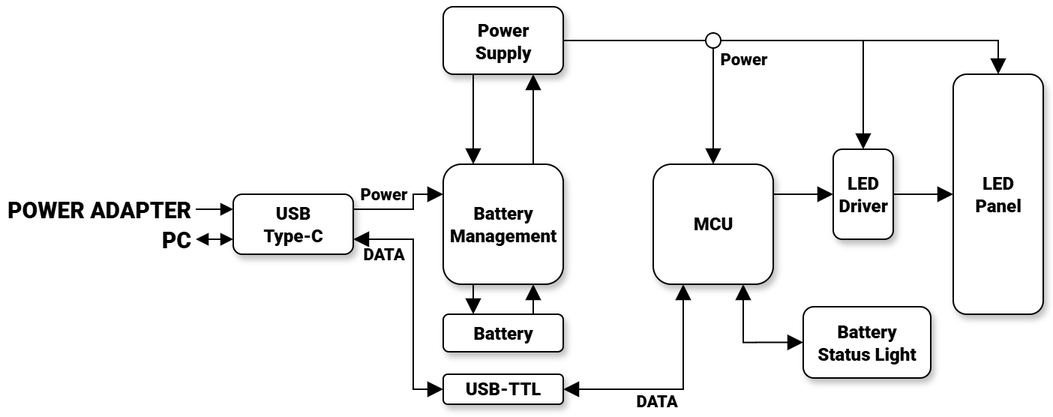
This is 1_Design_Documents/Hardware Block Diagram.png from CuculusBand/Light-Box, a draw.io export, as it was before one commit. Source tidied: cells renumbered, new cells last; positions are measured from the earlier drawing's top-left corner, leaving out a move shared by most shapes.
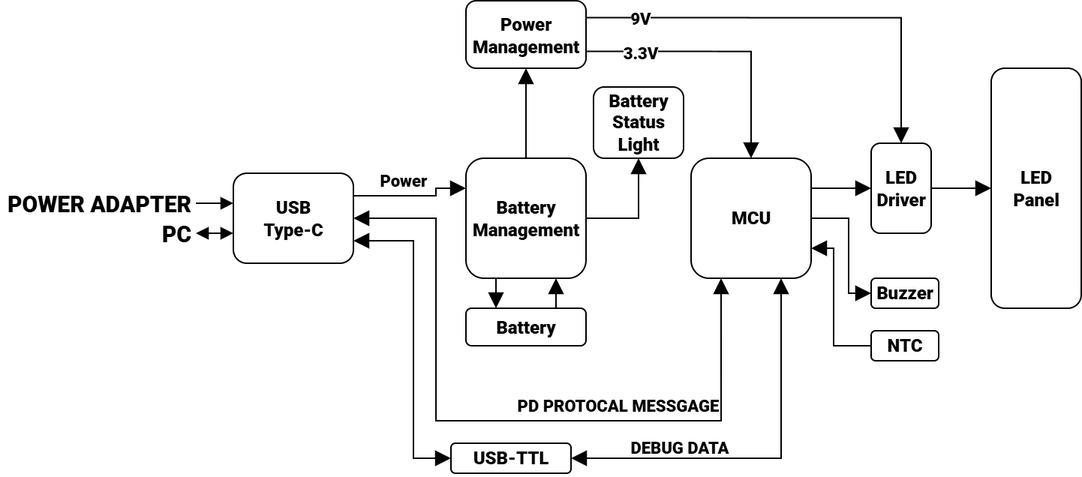
After the change.

Commit message:
Update hardware block diagram

What changed in the source:
```diff
@@ -5,14 +5,14 @@
     <mxCell id="2" style="rounded=0;html=1;jettySize=auto;fontSize=11;endArrow=block;endFill=1;endSize=8;strokeWidth=1;shadow=0;labelBackgroundColor=none;edgeStyle=orthogonalEdgeStyle;entryX=0;entryY=0.25;entryDx=0;entryDy=0;fontFamily=robot mono;strokeColor=default;align=center;verticalAlign=middle;fontColor=default;startArrow=none;startFill=0;exitX=1;exitY=0.25;exitDx=0;exitDy=0;" parent="1" edge="1" source="7" target="12">
       <mxGeometry relative="1" as="geometry">
         <Array as="points">
-          <mxPoint x="145" y="135" />
-          <mxPoint x="145" y="125" />
+          <mxPoint x="160" y="130" />
+          <mxPoint x="160" y="125" />
         </Array>
       </mxGeometry>
     </mxCell>
     <mxCell id="3" value="&lt;span style=&quot;font-family: &amp;quot;Roboto Black&amp;quot;;&quot;&gt;Power&lt;/span&gt;" style="edgeLabel;html=1;align=center;verticalAlign=middle;fontFamily=robot mono;fontSize=11;fontColor=default;labelBackgroundColor=none;" parent="2" vertex="1">
       <mxGeometry x="-0.18" y="-1" relative="1" as="geometry">
-        <mxPoint x="-9" y="-11" as="offset" />
+        <mxPoint y="-11" as="offset" />
       </mxGeometry>
     </mxCell>
     <mxCell id="4" style="edgeStyle=orthogonalEdgeStyle;shape=connector;rounded=0;orthogonalLoop=1;jettySize=auto;html=1;exitX=0;exitY=0.5;exitDx=0;exitDy=0;shadow=0;strokeColor=default;strokeWidth=1;align=center;verticalAlign=middle;fontFamily=robot mono;fontSize=11;fontColor=default;labelBackgroundColor=none;startArrow=block;startFill=1;endArrow=none;endFill=0;endSize=8;" parent="1" edge="1">
@@ -33,91 +33,109 @@
     <mxCell id="6" style="edgeStyle=orthogonalEdgeStyle;shape=connector;rounded=0;jettySize=auto;html=1;exitX=1;exitY=0.75;exitDx=0;exitDy=0;entryX=0;entryY=0.5;entryDx=0;entryDy=0;shadow=0;strokeColor=default;strokeWidth=1;align=center;verticalAlign=middle;fontFamily=robot mono;fontSize=11;fontColor=default;labelBackgroundColor=none;startArrow=block;startFill=1;endArrow=block;endFill=1;endSize=8;startSize=8;" parent="1" edge="1" source="7" target="24">
       <mxGeometry relative="1" as="geometry">
         <Array as="points">
-          <mxPoint x="145" y="155" />
-          <mxPoint x="145" y="255" />
+          <mxPoint x="145" y="160" />
+          <mxPoint x="145" y="305" />
         </Array>
       </mxGeometry>
     </mxCell>
-    <mxCell id="7" value="USB&lt;div&gt;Type-C&lt;/div&gt;" style="rounded=1;whiteSpace=wrap;html=1;fontSize=12;glass=0;strokeWidth=1;shadow=1;fontFamily=Roboto Black;textShadow=0;" parent="1" vertex="1">
-      <mxGeometry x="25" y="125" width="80" height="40" as="geometry" />
+    <mxCell id="7" value="USB&lt;div&gt;Type-C&lt;/div&gt;" style="rounded=1;whiteSpace=wrap;html=1;fontSize=12;glass=0;strokeWidth=1;shadow=0;fontFamily=Roboto Black;textShadow=0;" parent="1" vertex="1">
+      <mxGeometry x="25" y="115" width="80" height="60" as="geometry" />
     </mxCell>
     <mxCell id="8" style="edgeStyle=orthogonalEdgeStyle;shape=connector;rounded=0;jettySize=auto;html=1;exitX=1;exitY=0.25;exitDx=0;exitDy=0;entryX=0;entryY=0.5;entryDx=0;entryDy=0;shadow=0;strokeColor=default;strokeWidth=1;align=center;verticalAlign=middle;fontFamily=robot mono;fontSize=11;fontColor=default;labelBackgroundColor=none;startArrow=none;startFill=0;endArrow=block;endFill=1;endSize=8;" parent="1" edge="1" source="9" target="20">
       <mxGeometry relative="1" as="geometry" />
     </mxCell>
+    <mxCell id="34" style="edgeStyle=orthogonalEdgeStyle;rounded=0;jettySize=auto;html=1;exitX=0.25;exitY=1;exitDx=0;exitDy=0;entryX=1;entryY=0.5;entryDx=0;entryDy=0;shadow=0;strokeColor=default;strokeWidth=1;align=center;verticalAlign=middle;fontFamily=robot mono;fontSize=11;fontColor=default;labelBackgroundColor=none;startArrow=block;startFill=1;startSize=8;endArrow=block;endFill=1;endSize=8;" parent="1" edge="1" source="9" target="7">
+      <mxGeometry relative="1" as="geometry">
+        <Array as="points">
+          <mxPoint x="350" y="280" />
+          <mxPoint x="160" y="280" />
+          <mxPoint x="160" y="145" />
+        </Array>
+      </mxGeometry>
+    </mxCell>
+    <mxCell id="35" value="&lt;font face=&quot;Roboto Black&quot;&gt;PD PROTOCAL&amp;nbsp;MESSGAGE&lt;/font&gt;" style="edgeLabel;html=1;align=center;verticalAlign=middle;fontFamily=robot mono;fontSize=11;fontColor=default;labelBackgroundColor=none;fillColor=none;gradientColor=none;" parent="34" vertex="1">
+      <mxGeometry x="-0.45" y="1" relative="1" as="geometry">
+        <mxPoint x="-35" y="-11" as="offset" />
+      </mxGeometry>
+    </mxCell>
+    <mxCell id="36" style="edgeStyle=orthogonalEdgeStyle;rounded=0;jettySize=auto;html=1;exitX=1;exitY=0.5;exitDx=0;exitDy=0;entryX=0;entryY=0.5;entryDx=0;entryDy=0;shadow=0;strokeColor=default;strokeWidth=1;align=center;verticalAlign=middle;fontFamily=robot mono;fontSize=11;fontColor=default;labelBackgroundColor=none;startArrow=none;startFill=0;endArrow=block;endFill=1;endSize=8;" parent="1" edge="1" source="9" target="40">
+      <mxGeometry relative="1" as="geometry">
+        <Array as="points">
+          <mxPoint x="435" y="145" />
+          <mxPoint x="435" y="195" />
+        </Array>
+      </mxGeometry>
+    </mxCell>
+    <mxCell id="37" style="edgeStyle=orthogonalEdgeStyle;rounded=0;jettySize=auto;html=1;exitX=1;exitY=0.75;exitDx=0;exitDy=0;entryX=0;entryY=0.5;entryDx=0;entryDy=0;shadow=0;strokeColor=default;strokeWidth=1;align=center;verticalAlign=middle;fontFamily=robot mono;fontSize=11;fontColor=default;labelBackgroundColor=none;startArrow=block;startFill=1;endArrow=none;endFill=0;endSize=8;startSize=8;" parent="1" edge="1" source="9" target="41">
+      <mxGeometry relative="1" as="geometry">
+        <Array as="points">
+          <mxPoint x="425" y="165" />
+          <mxPoint x="425" y="230" />
+        </Array>
+      </mxGeometry>
+    </mxCell>
-    <mxCell id="9" value="&lt;font&gt;MCU&lt;/font&gt;" style="rounded=1;whiteSpace=wrap;html=1;fontSize=12;glass=0;strokeWidth=1;shadow=1;fontFamily=Roboto Black;textShadow=0;" parent="1" vertex="1">
-      <mxGeometry x="305" y="105" width="80" height="80" as="geometry" />
+    <mxCell id="9" value="&lt;font&gt;MCU&lt;/font&gt;" style="rounded=1;whiteSpace=wrap;html=1;fontSize=12;glass=0;strokeWidth=1;shadow=0;fontFamily=Roboto Black;textShadow=0;" parent="1" vertex="1">
+      <mxGeometry x="330" y="105" width="80" height="80" as="geometry" />
     </mxCell>
-    <mxCell id="10" style="edgeStyle=orthogonalEdgeStyle;rounded=0;jettySize=auto;html=1;exitX=0.75;exitY=0;exitDx=0;exitDy=0;entryX=0.75;entryY=1;entryDx=0;entryDy=0;shadow=0;strokeColor=default;strokeWidth=1;align=center;verticalAlign=middle;fontFamily=robot mono;fontSize=11;fontColor=default;labelBackgroundColor=none;endArrow=block;endFill=1;endSize=8;startArrow=none;startFill=0;" parent="1" edge="1" source="12" target="18">
+    <mxCell id="10" style="edgeStyle=orthogonalEdgeStyle;rounded=0;jettySize=auto;html=1;exitX=0.5;exitY=0;exitDx=0;exitDy=0;entryX=0.5;entryY=1;entryDx=0;entryDy=0;shadow=0;strokeColor=default;strokeWidth=1;align=center;verticalAlign=middle;fontFamily=robot mono;fontSize=11;fontColor=default;labelBackgroundColor=none;endArrow=block;endFill=1;endSize=8;startArrow=none;startFill=0;" parent="1" edge="1" source="12" target="18">
       <mxGeometry relative="1" as="geometry" />
     </mxCell>
     <mxCell id="11" style="edgeStyle=orthogonalEdgeStyle;rounded=0;jettySize=auto;html=1;exitX=0.25;exitY=1;exitDx=0;exitDy=0;entryX=0.25;entryY=0;entryDx=0;entryDy=0;shadow=0;strokeColor=default;strokeWidth=1;align=center;verticalAlign=middle;fontFamily=robot mono;fontSize=11;fontColor=default;labelBackgroundColor=none;startArrow=none;startFill=0;endArrow=block;endFill=1;endSize=8;" parent="1" edge="1" source="12" target="22">
       <mxGeometry relative="1" as="geometry" />
     </mxCell>
-    <mxCell id="12" value="Battery&lt;div&gt;Management&lt;/div&gt;" style="rounded=1;whiteSpace=wrap;html=1;fontSize=12;glass=0;strokeWidth=1;shadow=1;fontFamily=Roboto Black;textShadow=0;" parent="1" vertex="1">
-      <mxGeometry x="165" y="105" width="80" height="80" as="geometry" />
+    <mxCell id="12" value="Battery&lt;div&gt;Management&lt;/div&gt;" style="rounded=1;whiteSpace=wrap;html=1;fontSize=12;glass=0;strokeWidth=1;shadow=0;fontFamily=Roboto Black;textShadow=0;" parent="1" vertex="1">
+      <mxGeometry x="180" y="105" width="80" height="80" as="geometry" />
     </mxCell>
-    <mxCell id="13" style="edgeStyle=orthogonalEdgeStyle;rounded=0;jettySize=auto;html=1;exitX=0.25;exitY=1;exitDx=0;exitDy=0;entryX=0.25;entryY=0;entryDx=0;entryDy=0;shadow=0;strokeColor=default;strokeWidth=1;align=center;verticalAlign=middle;fontFamily=robot mono;fontSize=11;fontColor=default;labelBackgroundColor=none;endArrow=block;endFill=1;endSize=8;startArrow=none;startFill=0;" parent="1" edge="1" source="18" target="12">
-      <mxGeometry relative="1" as="geometry" />
-    </mxCell>
-    <mxCell id="14" style="edgeStyle=orthogonalEdgeStyle;shape=connector;rounded=0;jettySize=auto;html=1;exitX=0.5;exitY=1;exitDx=0;exitDy=0;entryX=0.5;entryY=0;entryDx=0;entryDy=0;shadow=0;strokeColor=default;strokeWidth=1;align=center;verticalAlign=middle;fontFamily=robot mono;fontSize=11;fontColor=default;labelBackgroundColor=none;startArrow=none;startFill=0;endArrow=block;endFill=1;endSize=8;" parent="1" edge="1" source="28" target="9">
+    <mxCell id="14" style="edgeStyle=orthogonalEdgeStyle;shape=connector;rounded=0;jettySize=auto;html=1;exitX=1;exitY=0.75;exitDx=0;exitDy=0;entryX=0.5;entryY=0;entryDx=0;entryDy=0;shadow=0;strokeColor=default;strokeWidth=1;align=center;verticalAlign=middle;fontFamily=robot mono;fontSize=11;fontColor=default;labelBackgroundColor=none;startArrow=none;startFill=0;endArrow=block;endFill=1;endSize=8;" parent="1" edge="1" source="18" target="9">
       <mxGeometry relative="1" as="geometry" />
     </mxCell>
-    <mxCell id="15" value="&lt;font face=&quot;Roboto Black&quot;&gt;Power&lt;/font&gt;" style="edgeLabel;html=1;align=center;verticalAlign=middle;fontFamily=robot mono;fontSize=11;fontColor=default;labelBackgroundColor=none;" parent="14" vertex="1">
-      <mxGeometry x="-0.17" y="2" relative="1" as="geometry">
-        <mxPoint x="18" y="-25" as="offset" />
-      </mxGeometry>
-    </mxCell>
-    <mxCell id="16" style="edgeStyle=orthogonalEdgeStyle;shape=connector;rounded=0;jettySize=auto;html=1;exitX=1;exitY=0.5;exitDx=0;exitDy=0;entryX=0.5;entryY=0;entryDx=0;entryDy=0;shadow=0;strokeColor=default;strokeWidth=1;align=center;verticalAlign=middle;fontFamily=robot mono;fontSize=11;fontColor=default;labelBackgroundColor=none;startArrow=none;startFill=0;endArrow=block;endFill=1;endSize=8;" parent="1" edge="1" source="28" target="26">
-      <mxGeometry relative="1" as="geometry" />
-    </mxCell>
-    <mxCell id="17" style="edgeStyle=orthogonalEdgeStyle;rounded=0;jettySize=auto;html=1;exitX=1;exitY=0.5;exitDx=0;exitDy=0;entryX=0;entryY=0.5;entryDx=0;entryDy=0;endArrow=none;endFill=0;" parent="1" edge="1" source="18" target="28">
-      <mxGeometry relative="1" as="geometry" />
-    </mxCell>
+    <mxCell id="38" value="&lt;font face=&quot;Roboto Black&quot;&gt;3.3V&lt;/font&gt;" style="edgeLabel;html=1;align=center;verticalAlign=middle;" parent="14" vertex="1">
+      <mxGeometry x="-0.69" y="-1" relative="1" as="geometry">
+        <mxPoint x="7" as="offset" />
+      </mxGeometry>
+    </mxCell>
-    <mxCell id="18" value="&lt;div&gt;&lt;font&gt;Power&lt;/font&gt;&lt;/div&gt;&lt;div&gt;&lt;font&gt;Supply&lt;/font&gt;&lt;/div&gt;" style="rounded=1;whiteSpace=wrap;html=1;fontSize=12;glass=0;strokeWidth=1;shadow=1;fontFamily=Roboto Black;textShadow=0;" parent="1" vertex="1">
-      <mxGeometry x="165" width="80" height="45" as="geometry" />
+    <mxCell id="18" value="&lt;div&gt;&lt;font&gt;Power&lt;/font&gt;&lt;/div&gt;&lt;div&gt;Management&lt;/div&gt;" style="rounded=1;whiteSpace=wrap;html=1;fontSize=12;glass=0;strokeWidth=1;shadow=0;fontFamily=Roboto Black;textShadow=0;" parent="1" vertex="1">
+      <mxGeometry x="180" width="80" height="45" as="geometry" />
     </mxCell>
     <mxCell id="19" style="edgeStyle=orthogonalEdgeStyle;shape=connector;rounded=0;jettySize=auto;html=1;exitX=1;exitY=0.5;exitDx=0;exitDy=0;entryX=0;entryY=0.5;entryDx=0;entryDy=0;shadow=0;strokeColor=default;strokeWidth=1;align=center;verticalAlign=middle;fontFamily=robot mono;fontSize=11;fontColor=default;labelBackgroundColor=none;startArrow=none;startFill=0;endArrow=block;endFill=1;endSize=8;" parent="1" edge="1" source="20" target="26">
       <mxGeometry relative="1" as="geometry" />
     </mxCell>
-    <mxCell id="20" value="LED&lt;div&gt;Driver&lt;/div&gt;" style="rounded=1;whiteSpace=wrap;html=1;fontSize=12;glass=0;strokeWidth=1;shadow=1;fontFamily=Roboto Black;textShadow=0;" parent="1" vertex="1">
-      <mxGeometry x="425" y="95" width="40" height="60" as="geometry" />
+    <mxCell id="20" value="LED&lt;div&gt;Driver&lt;/div&gt;" style="rounded=1;whiteSpace=wrap;html=1;fontSize=12;glass=0;strokeWidth=1;shadow=0;fontFamily=Roboto Black;textShadow=0;" parent="1" vertex="1">
+      <mxGeometry x="450" y="95" width="40" height="60" as="geometry" />
     </mxCell>
     <mxCell id="21" style="edgeStyle=orthogonalEdgeStyle;rounded=0;jettySize=auto;html=1;exitX=0.75;exitY=0;exitDx=0;exitDy=0;entryX=0.75;entryY=1;entryDx=0;entryDy=0;shadow=0;strokeColor=default;strokeWidth=1;align=center;verticalAlign=middle;fontFamily=robot mono;fontSize=11;fontColor=default;labelBackgroundColor=none;startArrow=none;startFill=0;endArrow=block;endFill=1;endSize=8;" parent="1" edge="1" source="22" target="12">
       <mxGeometry relative="1" as="geometry" />
     </mxCell>
-    <mxCell id="22" value="&lt;font&gt;Battery&lt;/font&gt;" style="rounded=1;whiteSpace=wrap;html=1;fontSize=12;glass=0;strokeWidth=1;shadow=1;fontFamily=Roboto Black;textShadow=0;" parent="1" vertex="1">
-      <mxGeometry x="165" y="205" width="80" height="25" as="geometry" />
+    <mxCell id="22" value="&lt;font&gt;Battery&lt;/font&gt;" style="rounded=1;whiteSpace=wrap;html=1;fontSize=12;glass=0;strokeWidth=1;shadow=0;fontFamily=Roboto Black;textShadow=0;" parent="1" vertex="1">
+      <mxGeometry x="180" y="205" width="80" height="25" as="geometry" />
     </mxCell>
-    <mxCell id="23" style="edgeStyle=orthogonalEdgeStyle;shape=connector;rounded=0;jettySize=auto;html=1;exitX=1;exitY=0.5;exitDx=0;exitDy=0;entryX=0.25;entryY=1;entryDx=0;entryDy=0;shadow=0;strokeColor=default;strokeWidth=1;align=center;verticalAlign=middle;fontFamily=robot mono;fontSize=11;fontColor=default;labelBackgroundColor=none;startArrow=block;startFill=1;endArrow=block;endFill=1;endSize=8;startSize=8;" parent="1" edge="1" source="24" target="9">
+    <mxCell id="23" style="edgeStyle=orthogonalEdgeStyle;shape=connector;rounded=0;jettySize=auto;html=1;exitX=1;exitY=0.5;exitDx=0;exitDy=0;entryX=0.75;entryY=1;entryDx=0;entryDy=0;shadow=0;strokeColor=default;strokeWidth=1;align=center;verticalAlign=middle;fontFamily=robot mono;fontSize=11;fontColor=default;labelBackgroundColor=none;startArrow=block;startFill=1;endArrow=block;endFill=1;endSize=8;startSize=8;" parent="1" edge="1" source="24" target="9">
       <mxGeometry relative="1" as="geometry" />
     </mxCell>
-    <mxCell id="24" value="USB-TTL" style="rounded=1;whiteSpace=wrap;html=1;fontSize=12;glass=0;strokeWidth=1;shadow=1;fontFamily=Roboto Black;textShadow=0;" parent="1" vertex="1">
-      <mxGeometry x="165" y="245" width="80" height="20" as="geometry" />
+    <mxCell id="24" value="USB-TTL" style="rounded=1;whiteSpace=wrap;html=1;fontSize=12;glass=0;strokeWidth=1;shadow=0;fontFamily=Roboto Black;textShadow=0;" parent="1" vertex="1">
+      <mxGeometry x="170" y="295" width="80" height="20" as="geometry" />
     </mxCell>
-    <mxCell id="25" value="&lt;font face=&quot;Roboto Black&quot;&gt;DATA&lt;/font&gt;" style="edgeLabel;html=1;align=center;verticalAlign=middle;fontFamily=robot mono;fontSize=11;fontColor=default;labelBackgroundColor=none;" parent="1" vertex="1">
-      <mxGeometry x="130" y="165" as="geometry">
-        <mxPoint x="-5" as="offset" />
-      </mxGeometry>
-    </mxCell>
-    <mxCell id="26" value="LED&lt;div&gt;Panel&lt;/div&gt;" style="rounded=1;whiteSpace=wrap;html=1;fontSize=12;glass=0;strokeWidth=1;shadow=1;fontFamily=Roboto Black;textShadow=0;" parent="1" vertex="1">
-      <mxGeometry x="505" y="45" width="60" height="160" as="geometry" />
+    <mxCell id="26" value="LED&lt;div&gt;Panel&lt;/div&gt;" style="rounded=1;whiteSpace=wrap;html=1;fontSize=12;glass=0;strokeWidth=1;shadow=0;fontFamily=Roboto Black;textShadow=0;" parent="1" vertex="1">
+      <mxGeometry x="530" y="45" width="60" height="160" as="geometry" />
     </mxCell>
-    <mxCell id="27" style="edgeStyle=orthogonalEdgeStyle;rounded=0;jettySize=auto;html=1;exitX=1;exitY=0.5;exitDx=0;exitDy=0;entryX=0.5;entryY=0;entryDx=0;entryDy=0;shadow=0;strokeColor=default;strokeWidth=1;align=center;verticalAlign=middle;fontFamily=robot mono;fontSize=11;fontColor=default;labelBackgroundColor=none;startArrow=none;startFill=0;endArrow=block;endFill=1;endSize=8;" parent="1" edge="1" source="28" target="20">
+    <mxCell id="27" style="edgeStyle=orthogonalEdgeStyle;rounded=0;jettySize=auto;html=1;exitX=1;exitY=0.25;exitDx=0;exitDy=0;entryX=0.5;entryY=0;entryDx=0;entryDy=0;shadow=0;strokeColor=default;strokeWidth=1;align=center;verticalAlign=middle;fontFamily=robot mono;fontSize=11;fontColor=default;labelBackgroundColor=none;startArrow=none;startFill=0;endArrow=block;endFill=1;endSize=8;" parent="1" edge="1" source="18" target="20">
       <mxGeometry relative="1" as="geometry" />
     </mxCell>
-    <mxCell id="28" style="ellipse;whiteSpace=wrap;html=1;fontFamily=robot mono;fontSize=11;labelBackgroundColor=none;fillStyle=auto;" parent="1" vertex="1">
-      <mxGeometry x="340" y="17.5" width="10" height="10" as="geometry" />
-    </mxCell>
+    <mxCell id="39" value="&lt;font face=&quot;Roboto Black&quot;&gt;9V&lt;/font&gt;" style="edgeLabel;html=1;align=center;verticalAlign=middle;" parent="27" vertex="1">
+      <mxGeometry x="-0.93" relative="1" as="geometry">
+        <mxPoint x="25" as="offset" />
+      </mxGeometry>
+    </mxCell>
-    <mxCell id="29" value="&lt;font face=&quot;Roboto Black&quot;&gt;DATA&lt;/font&gt;" style="edgeLabel;html=1;align=center;verticalAlign=middle;fontFamily=robot mono;fontSize=11;fontColor=default;labelBackgroundColor=none;" parent="1" vertex="1">
-      <mxGeometry x="330" y="265" as="geometry">
+    <mxCell id="29" value="&lt;font face=&quot;Roboto Black&quot;&gt;DEBUG DATA&lt;/font&gt;" style="edgeLabel;html=1;align=center;verticalAlign=middle;fontFamily=robot mono;fontSize=11;fontColor=default;labelBackgroundColor=none;" parent="1" vertex="1">
+      <mxGeometry x="345" y="300" as="geometry">
         <mxPoint x="-23" y="-2" as="offset" />
       </mxGeometry>
     </mxCell>
-    <mxCell id="30" style="edgeStyle=orthogonalEdgeStyle;rounded=0;jettySize=auto;html=1;exitX=0;exitY=0.5;exitDx=0;exitDy=0;entryX=0.75;entryY=1;entryDx=0;entryDy=0;startArrow=block;startFill=1;startSize=8;endSize=8;endArrow=block;endFill=1;" parent="1" edge="1" source="31" target="9">
+    <mxCell id="30" style="edgeStyle=orthogonalEdgeStyle;rounded=0;jettySize=auto;html=1;exitX=0.5;exitY=1;exitDx=0;exitDy=0;entryX=1;entryY=0.5;entryDx=0;entryDy=0;startArrow=block;startFill=1;startSize=8;endSize=8;endArrow=none;endFill=0;" parent="1" edge="1" source="31" target="12">
       <mxGeometry relative="1" as="geometry" />
     </mxCell>
-    <mxCell id="31" value="Battery&lt;br&gt;&lt;div&gt;Status Light&lt;/div&gt;" style="rounded=1;whiteSpace=wrap;html=1;fontSize=12;glass=0;strokeWidth=1;shadow=1;fontFamily=Roboto Black;textShadow=0;" parent="1" vertex="1">
-      <mxGeometry x="405" y="200" width="85" height="47.5" as="geometry" />
+    <mxCell id="31" value="Battery&lt;br&gt;&lt;div&gt;Status Light&lt;/div&gt;" style="rounded=1;whiteSpace=wrap;html=1;fontSize=12;glass=0;strokeWidth=1;shadow=0;fontFamily=Roboto Black;textShadow=0;" parent="1" vertex="1">
+      <mxGeometry x="265" y="57.5" width="60" height="47.5" as="geometry" />
     </mxCell>
     <mxCell id="32" style="edgeStyle=orthogonalEdgeStyle;shape=connector;rounded=0;orthogonalLoop=1;jettySize=auto;html=1;exitX=0;exitY=0.5;exitDx=0;exitDy=0;shadow=0;strokeColor=default;strokeWidth=1;align=center;verticalAlign=middle;fontFamily=robot mono;fontSize=11;fontColor=default;labelBackgroundColor=none;startArrow=block;startFill=1;endArrow=block;endFill=1;endSize=6;" parent="1" edge="1">
       <mxGeometry relative="1" as="geometry">
@@ -134,5 +152,11 @@
         <mxPoint x="-12" y="2" as="offset" />
       </mxGeometry>
     </mxCell>
+    <mxCell id="40" value="&lt;font&gt;Buzzer&lt;/font&gt;" style="rounded=1;whiteSpace=wrap;html=1;fontSize=12;glass=0;strokeWidth=1;shadow=0;fontFamily=Roboto Black;textShadow=0;" parent="1" vertex="1">
+      <mxGeometry x="450" y="185" width="45" height="20" as="geometry" />
+    </mxCell>
+    <mxCell id="41" value="&lt;font&gt;NTC&lt;/font&gt;" style="rounded=1;whiteSpace=wrap;html=1;fontSize=12;glass=0;strokeWidth=1;shadow=0;fontFamily=Roboto Black;textShadow=0;" parent="1" vertex="1">
+      <mxGeometry x="450" y="220" width="45" height="20" as="geometry" />
+    </mxCell>
   </root>
 </mxGraphModel>
```
